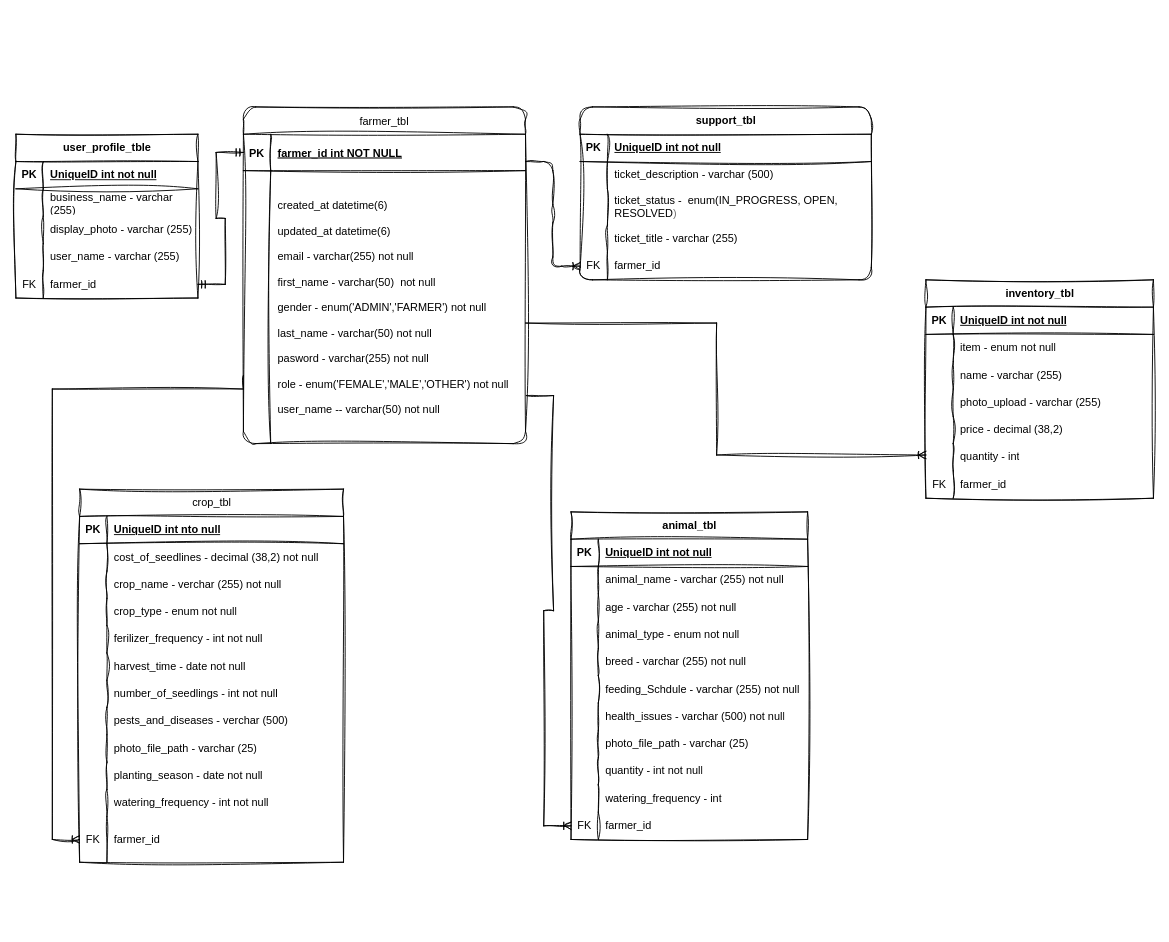
Before: ER Diagram.drawio in simon200ok/ifarmer-app, a draw.io diagram. Source tidied: cells renumbered, new cells numbered last; positions are measured from the earlier drawing's top-left corner, leaving out a move shared by most shapes. Both pictures are drawn from the tidied source at 91%, with x=0, y=0 at pixel (-91, 106).
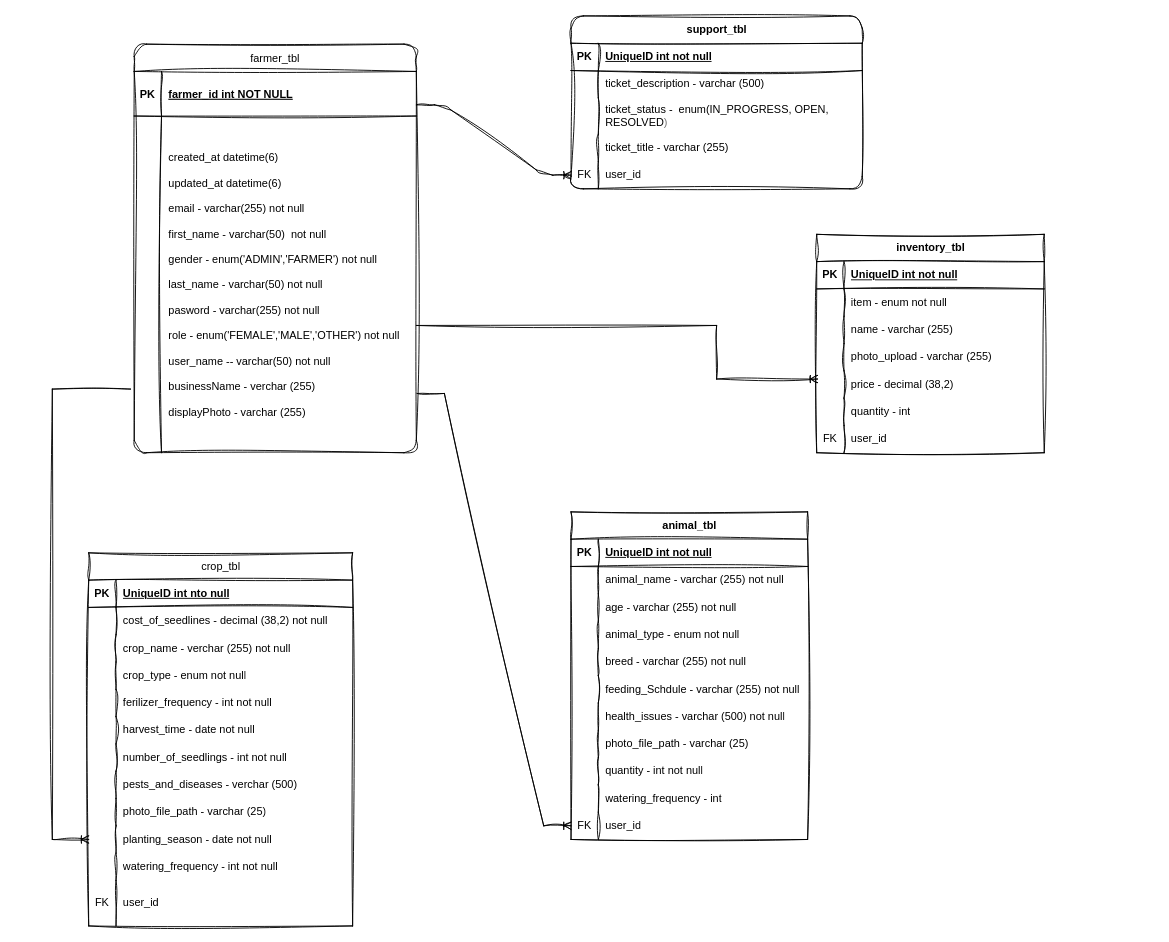
The same diagram, later.

Unchanged cells that the change refers to:
```xml
<mxCell id="23" style="shape=tableRow;horizontal=0;startSize=0;swimlaneHead=0;swimlaneBody=0;fillColor=none;top=0;left=0;right=0;bottom=0;rounded=1;sketch=1;curveFitting=1;jiggle=2;fontFamily=Helvetica;labelBorderColor=none;labelBackgroundColor=none;" parent="10" vertex="1">
  <mxGeometry y="160" width="320" height="30" as="geometry" />
</mxCell>
<mxCell id="72" style="shape=tableRow;horizontal=0;startSize=0;swimlaneHead=0;swimlaneBody=0;fillColor=none;points=[[0,0.5],[1,0.5]];portConstraint=eastwest;top=0;left=0;right=0;bottom=0;sketch=1;hachureGap=4;jiggle=2;curveFitting=1;fontFamily=Helvetica;labelBorderColor=none;labelBackgroundColor=none;" parent="44" vertex="1">
  <mxGeometry y="300" width="290" height="30" as="geometry" />
</mxCell>
<mxCell id="78" style="shape=tableRow;horizontal=0;startSize=0;swimlaneHead=0;swimlaneBody=0;fillColor=none;points=[[0,0.5],[1,0.5]];portConstraint=eastwest;top=0;left=0;right=0;bottom=0;sketch=1;hachureGap=4;jiggle=2;curveFitting=1;fontFamily=Helvetica;labelBorderColor=none;labelBackgroundColor=none;" parent="44" vertex="1">
  <mxGeometry y="360" width="290" height="50" as="geometry" />
</mxCell>
<mxCell id="113" style="shape=tableRow;horizontal=0;startSize=0;swimlaneHead=0;swimlaneBody=0;fillColor=none;points=[[0,0.5],[1,0.5]];portConstraint=eastwest;top=0;left=0;right=0;bottom=0;sketch=1;hachureGap=4;jiggle=2;curveFitting=1;fontFamily=Helvetica;labelBorderColor=none;labelBackgroundColor=none;" parent="82" vertex="1">
  <mxGeometry y="330" width="260" height="30" as="geometry" />
</mxCell>
<mxCell id="130" style="shape=tableRow;horizontal=0;startSize=0;swimlaneHead=0;swimlaneBody=0;fillColor=none;points=[[0,0.5],[1,0.5]];portConstraint=eastwest;top=0;left=0;right=0;bottom=0;sketch=1;hachureGap=4;jiggle=2;curveFitting=1;fontFamily=Helvetica;" parent="117" vertex="1">
  <mxGeometry y="150" width="250" height="30" as="geometry" />
</mxCell>
<mxCell id="136" style="shape=tableRow;horizontal=0;startSize=0;swimlaneHead=0;swimlaneBody=0;fillColor=none;top=0;left=0;right=0;bottom=0;sketch=1;hachureGap=4;jiggle=2;curveFitting=1;fontFamily=Helvetica;" parent="117" vertex="1">
  <mxGeometry y="210" width="250" height="30" as="geometry" />
</mxCell>
```

Change to the diagram source:
```diff
@@
-    <mxCell id="2" value="farmer_tbl" style="shape=table;startSize=30;childLayout=tableLayout;rowLines=0;fontStyle=0;align=center;rounded=1;sketch=1;curveFitting=1;jiggle=2;fontFamily=Helvetica;labelBorderColor=none;labelBackgroundColor=none;" parent="1" vertex="1">
-      <mxGeometry x="367" width="310" height="370" as="geometry" />
-    </mxCell>
-    <mxCell id="3" style="shape=partialRectangle;fillColor=none;top=0;left=0;right=0;bottom=1;rounded=1;sketch=1;curveFitting=1;jiggle=2;fontFamily=Helvetica;labelBorderColor=none;labelBackgroundColor=none;" parent="2" vertex="1">
-      <mxGeometry y="30" width="310" height="40" as="geometry" />
-    </mxCell>
-    <mxCell id="4" value="PK" style="shape=partialRectangle;overflow=hidden;fillColor=none;top=0;left=0;bottom=0;right=0;fontStyle=1;rounded=1;sketch=1;curveFitting=1;jiggle=2;fontFamily=Helvetica;labelBorderColor=none;labelBackgroundColor=none;" parent="3" vertex="1">
-      <mxGeometry width="30" height="40" as="geometry" />
-    </mxCell>
-    <mxCell id="5" value="farmer_id int NOT NULL " style="shape=partialRectangle;overflow=hidden;fillColor=none;top=0;left=0;bottom=0;right=0;align=left;spacingLeft=6;fontStyle=5;rounded=1;sketch=1;curveFitting=1;jiggle=2;fontFamily=Helvetica;labelBorderColor=none;labelBackgroundColor=none;" parent="3" vertex="1">
-      <mxGeometry x="30" width="280" height="40" as="geometry" />
-    </mxCell>
-    <mxCell id="6" style="shape=partialRectangle;fillColor=none;top=0;left=0;right=0;bottom=0;rounded=1;sketch=1;curveFitting=1;jiggle=2;fontFamily=Helvetica;labelBorderColor=none;labelBackgroundColor=none;" parent="2" vertex="1">
-      <mxGeometry y="70" width="310" height="300" as="geometry" />
-    </mxCell>
-    <mxCell id="7" style="shape=partialRectangle;overflow=hidden;fillColor=none;top=0;left=0;bottom=0;right=0;rounded=1;sketch=1;curveFitting=1;jiggle=2;fontFamily=Helvetica;labelBorderColor=none;labelBackgroundColor=none;" parent="6" vertex="1">
-      <mxGeometry width="30" height="300" as="geometry" />
-    </mxCell>
-    <mxCell id="8" value="created_at datetime(6)&#10;&#10;updated_at datetime(6)&#10;&#10;email - varchar(255) not null&#10;&#10;first_name - varchar(50)  not null&#10;&#10;gender - enum('ADMIN','FARMER') not null&#10;&#10;last_name - varchar(50) not null&#10;&#10;pasword - varchar(255) not null&#10;&#10;role - enum('FEMALE','MALE','OTHER') not null&#10;&#10;user_name -- varchar(50) not null" style="shape=partialRectangle;overflow=hidden;fillColor=none;top=0;left=0;bottom=0;right=0;align=left;spacingLeft=6;rounded=1;sketch=1;curveFitting=1;jiggle=2;fontStyle=0;fontFamily=Helvetica;labelBorderColor=none;labelBackgroundColor=none;" parent="6" vertex="1">
-      <mxGeometry x="30" width="280" height="300" as="geometry" />
-    </mxCell>
@@
     <mxCell id="10" value="support_tbl" style="shape=table;startSize=30;childLayout=tableLayout;rowLines=0;fontStyle=1;align=center;html=1;rounded=1;sketch=1;curveFitting=1;jiggle=2;fontFamily=Helvetica;labelBorderColor=none;labelBackgroundColor=none;" parent="1" vertex="1">
-      <mxGeometry x="737" width="320" height="190" as="geometry" />
+      <mxGeometry x="727" y="-100" width="320" height="190" as="geometry" />
     </mxCell>
@@
-    <mxCell id="25" value="farmer_id" style="shape=partialRectangle;fillColor=none;top=0;left=0;bottom=0;right=0;align=left;spacingLeft=6;overflow=hidden;whiteSpace=wrap;html=1;rounded=1;sketch=1;curveFitting=1;jiggle=2;fontFamily=Helvetica;labelBorderColor=none;labelBackgroundColor=none;" parent="23" vertex="1">
+    <mxCell id="25" value="user_id" style="shape=partialRectangle;fillColor=none;top=0;left=0;bottom=0;right=0;align=left;spacingLeft=6;overflow=hidden;whiteSpace=wrap;html=1;rounded=1;sketch=1;curveFitting=1;jiggle=2;fontFamily=Helvetica;labelBorderColor=none;labelBackgroundColor=none;" parent="23" vertex="1">
       <mxGeometry x="30" width="290" height="30" as="geometry" />
     </mxCell>
-    <mxCell id="26" value="user_profile_tble" style="shape=table;startSize=30;childLayout=tableLayout;rowLines=0;fontStyle=1;align=center;html=1;sketch=1;hachureGap=4;jiggle=2;curveFitting=1;fontFamily=Helvetica;labelBorderColor=none;labelBackgroundColor=none;" parent="1" vertex="1">
-      <mxGeometry x="117" y="30" width="200" height="180" as="geometry" />
-    </mxCell>
-    <mxCell id="27" style="shape=tableRow;horizontal=0;startSize=0;swimlaneHead=0;swimlaneBody=0;fillColor=none;top=0;left=0;right=0;bottom=1;sketch=1;hachureGap=4;jiggle=2;curveFitting=1;fontFamily=Helvetica;labelBorderColor=none;labelBackgroundColor=none;" parent="26" vertex="1">
-      <mxGeometry y="30" width="200" height="30" as="geometry" />
-    </mxCell>
-    <mxCell id="28" value="PK" style="shape=partialRectangle;fillColor=none;top=0;left=0;bottom=0;right=0;fontStyle=1;overflow=hidden;whiteSpace=wrap;html=1;sketch=1;hachureGap=4;jiggle=2;curveFitting=1;fontFamily=Helvetica;labelBorderColor=none;labelBackgroundColor=none;" parent="27" vertex="1">
-      <mxGeometry width="30" height="30" as="geometry" />
-    </mxCell>
-    <mxCell id="29" value="UniqueID int not null" style="shape=partialRectangle;fillColor=none;top=0;left=0;bottom=0;right=0;align=left;spacingLeft=6;fontStyle=5;overflow=hidden;whiteSpace=wrap;html=1;sketch=1;hachureGap=4;jiggle=2;curveFitting=1;fontFamily=Helvetica;labelBorderColor=none;labelBackgroundColor=none;" parent="27" vertex="1">
-      <mxGeometry x="30" width="170" height="30" as="geometry" />
-    </mxCell>
-    <mxCell id="30" style="shape=tableRow;horizontal=0;startSize=0;swimlaneHead=0;swimlaneBody=0;fillColor=none;top=0;left=0;right=0;bottom=0;sketch=1;hachureGap=4;jiggle=2;curveFitting=1;fontFamily=Helvetica;labelBorderColor=none;labelBackgroundColor=none;" parent="26" vertex="1">
-      <mxGeometry y="60" width="200" height="30" as="geometry" />
-    </mxCell>
-    <mxCell id="31" style="shape=partialRectangle;fillColor=none;top=0;left=0;bottom=0;right=0;overflow=hidden;whiteSpace=wrap;html=1;sketch=1;hachureGap=4;jiggle=2;curveFitting=1;fontFamily=Helvetica;labelBorderColor=none;labelBackgroundColor=none;" parent="30" vertex="1">
-      <mxGeometry width="30" height="30" as="geometry" />
-    </mxCell>
-    <mxCell id="32" value="business_name - varchar (255)" style="shape=partialRectangle;fillColor=none;top=0;left=0;bottom=0;right=0;align=left;spacingLeft=6;overflow=hidden;whiteSpace=wrap;html=1;sketch=1;hachureGap=4;jiggle=2;curveFitting=1;fontFamily=Helvetica;labelBorderColor=none;labelBackgroundColor=none;" parent="30" vertex="1">
-      <mxGeometry x="30" width="170" height="30" as="geometry" />
-    </mxCell>
-    <mxCell id="33" style="shape=tableRow;horizontal=0;startSize=0;swimlaneHead=0;swimlaneBody=0;fillColor=none;top=0;left=0;right=0;bottom=0;sketch=1;hachureGap=4;jiggle=2;curveFitting=1;fontFamily=Helvetica;labelBorderColor=none;labelBackgroundColor=none;" parent="26" vertex="1">
-      <mxGeometry y="90" width="200" height="30" as="geometry" />
-    </mxCell>
-    <mxCell id="34" style="shape=partialRectangle;fillColor=none;top=0;left=0;bottom=0;right=0;overflow=hidden;whiteSpace=wrap;html=1;sketch=1;hachureGap=4;jiggle=2;curveFitting=1;fontFamily=Helvetica;labelBorderColor=none;labelBackgroundColor=none;" parent="33" vertex="1">
-      <mxGeometry width="30" height="30" as="geometry" />
-    </mxCell>
-    <mxCell id="35" value="display_photo - varchar (255)" style="shape=partialRectangle;fillColor=none;top=0;left=0;bottom=0;right=0;align=left;spacingLeft=6;overflow=hidden;whiteSpace=wrap;html=1;sketch=1;hachureGap=4;jiggle=2;curveFitting=1;fontFamily=Helvetica;labelBorderColor=none;labelBackgroundColor=none;" parent="33" vertex="1">
-      <mxGeometry x="30" width="170" height="30" as="geometry" />
-    </mxCell>
-    <mxCell id="36" style="shape=tableRow;horizontal=0;startSize=0;swimlaneHead=0;swimlaneBody=0;fillColor=none;top=0;left=0;right=0;bottom=0;sketch=1;hachureGap=4;jiggle=2;curveFitting=1;fontFamily=Helvetica;labelBorderColor=none;labelBackgroundColor=none;" parent="26" vertex="1">
-      <mxGeometry y="120" width="200" height="30" as="geometry" />
-    </mxCell>
-    <mxCell id="37" style="shape=partialRectangle;fillColor=none;top=0;left=0;bottom=0;right=0;overflow=hidden;whiteSpace=wrap;html=1;sketch=1;hachureGap=4;jiggle=2;curveFitting=1;fontFamily=Helvetica;labelBorderColor=none;labelBackgroundColor=none;" parent="36" vertex="1">
-      <mxGeometry width="30" height="30" as="geometry" />
-    </mxCell>
-    <mxCell id="38" value="user_name - varchar&amp;nbsp;(255)" style="shape=partialRectangle;fillColor=none;top=0;left=0;bottom=0;right=0;align=left;spacingLeft=6;overflow=hidden;whiteSpace=wrap;html=1;sketch=1;hachureGap=4;jiggle=2;curveFitting=1;fontFamily=Helvetica;labelBorderColor=none;labelBackgroundColor=none;" parent="36" vertex="1">
-      <mxGeometry x="30" width="170" height="30" as="geometry" />
-    </mxCell>
-    <mxCell id="39" style="shape=tableRow;horizontal=0;startSize=0;swimlaneHead=0;swimlaneBody=0;fillColor=none;points=[[0,0.5],[1,0.5]];portConstraint=eastwest;top=0;left=0;right=0;bottom=0;sketch=1;hachureGap=4;jiggle=2;curveFitting=1;fontFamily=Helvetica;labelBorderColor=none;labelBackgroundColor=none;" parent="26" vertex="1">
-      <mxGeometry y="150" width="200" height="30" as="geometry" />
-    </mxCell>
-    <mxCell id="40" value="FK" style="shape=partialRectangle;fillColor=none;top=0;left=0;bottom=0;right=0;overflow=hidden;whiteSpace=wrap;html=1;sketch=1;hachureGap=4;jiggle=2;curveFitting=1;fontFamily=Helvetica;labelBorderColor=none;labelBackgroundColor=none;" parent="39" vertex="1">
-      <mxGeometry width="30" height="30" as="geometry" />
-    </mxCell>
-    <mxCell id="41" value="farmer_id" style="shape=partialRectangle;fillColor=none;top=0;left=0;bottom=0;right=0;align=left;spacingLeft=6;overflow=hidden;whiteSpace=wrap;html=1;sketch=1;hachureGap=4;jiggle=2;curveFitting=1;fontFamily=Helvetica;labelBorderColor=none;labelBackgroundColor=none;" parent="39" vertex="1">
-      <mxGeometry x="30" width="170" height="30" as="geometry" />
-    </mxCell>
-    <mxCell id="42" style="edgeStyle=entityRelationEdgeStyle;fontSize=12;html=1;endArrow=ERmandOne;startArrow=ERmandOne;rounded=0;sketch=1;hachureGap=4;jiggle=2;curveFitting=1;fontFamily=Helvetica;exitX=1;exitY=0.5;exitDx=0;exitDy=0;entryX=0;entryY=0.5;entryDx=0;entryDy=0;labelBorderColor=none;labelBackgroundColor=none;fontColor=default;" parent="1" edge="1" source="39" target="4">
-      <mxGeometry relative="1" as="geometry">
-        <Array as="points">
-          <mxPoint x="29.5" y="440" />
-          <mxPoint x="-0.5" y="440" />
-        </Array>
-      </mxGeometry>
-    </mxCell>
-    <mxCell id="43" style="fontSize=12;html=1;endArrow=ERoneToMany;rounded=0;sketch=1;hachureGap=4;jiggle=2;curveFitting=1;fontFamily=Helvetica;edgeStyle=orthogonalEdgeStyle;elbow=vertical;exitX=0;exitY=0.75;exitDx=0;exitDy=0;labelBorderColor=none;labelBackgroundColor=none;fontColor=default;" parent="1" edge="1" source="7" target="78">
+    <mxCell id="43" style="fontSize=12;html=1;endArrow=ERoneToMany;rounded=0;sketch=1;hachureGap=4;jiggle=2;curveFitting=1;fontFamily=Helvetica;edgeStyle=orthogonalEdgeStyle;elbow=vertical;labelBorderColor=none;labelBackgroundColor=none;fontColor=default;exitX=-0.133;exitY=0.811;exitDx=0;exitDy=0;exitPerimeter=0;" parent="1" edge="1" source="7" target="72">
       <mxGeometry relative="1" as="geometry">
         <Array as="points">
-          <mxPoint x="367" y="310" />
           <mxPoint x="157" y="310" />
           <mxPoint x="157" y="805" />
         </Array>
       </mxGeometry>
     </mxCell>
     <mxCell id="44" value="crop_tbl" style="shape=table;startSize=30;childLayout=tableLayout;rowLines=0;align=center;html=1;sketch=1;hachureGap=4;jiggle=2;curveFitting=1;fontFamily=Helvetica;labelBorderColor=none;labelBackgroundColor=none;" parent="1" vertex="1">
-      <mxGeometry x="187" y="420" width="290" height="410" as="geometry" />
+      <mxGeometry x="197" y="490" width="290" height="410" as="geometry" />
     </mxCell>
@@
-    <mxCell id="80" value="farmer_id" style="shape=partialRectangle;fillColor=none;top=0;left=0;bottom=0;right=0;align=left;spacingLeft=6;overflow=hidden;whiteSpace=wrap;html=1;sketch=1;hachureGap=4;jiggle=2;curveFitting=1;fontFamily=Helvetica;labelBorderColor=none;labelBackgroundColor=none;" parent="78" vertex="1">
+    <mxCell id="80" value="user_id" style="shape=partialRectangle;fillColor=none;top=0;left=0;bottom=0;right=0;align=left;spacingLeft=6;overflow=hidden;whiteSpace=wrap;html=1;sketch=1;hachureGap=4;jiggle=2;curveFitting=1;fontFamily=Helvetica;labelBorderColor=none;labelBackgroundColor=none;" parent="78" vertex="1">
       <mxGeometry x="30" width="260" height="50" as="geometry" />
     </mxCell>
@@
-    <mxCell id="115" value="farmer_id" style="shape=partialRectangle;fillColor=none;top=0;left=0;bottom=0;right=0;align=left;spacingLeft=6;overflow=hidden;whiteSpace=wrap;html=1;sketch=1;hachureGap=4;jiggle=2;curveFitting=1;fontFamily=Helvetica;labelBorderColor=none;labelBackgroundColor=none;" parent="113" vertex="1">
+    <mxCell id="115" value="user_id" style="shape=partialRectangle;fillColor=none;top=0;left=0;bottom=0;right=0;align=left;spacingLeft=6;overflow=hidden;whiteSpace=wrap;html=1;sketch=1;hachureGap=4;jiggle=2;curveFitting=1;fontFamily=Helvetica;labelBorderColor=none;labelBackgroundColor=none;" parent="113" vertex="1">
       <mxGeometry x="30" width="230" height="30" as="geometry" />
     </mxCell>
-    <mxCell id="116" style="edgeStyle=elbowEdgeStyle;fontSize=12;html=1;endArrow=ERoneToMany;rounded=0;sketch=1;hachureGap=4;jiggle=2;curveFitting=1;fontFamily=Helvetica;entryX=0;entryY=0.5;entryDx=0;entryDy=0;elbow=horizontal;" parent="1" edge="1">
+    <mxCell id="116" style="edgeStyle=elbowEdgeStyle;fontSize=12;html=1;endArrow=ERoneToMany;rounded=0;sketch=1;hachureGap=4;jiggle=2;curveFitting=1;fontFamily=Helvetica;entryX=0.004;entryY=0.3;entryDx=0;entryDy=0;elbow=horizontal;exitX=1;exitY=0.622;exitDx=0;exitDy=0;exitPerimeter=0;entryPerimeter=0;" parent="1" edge="1" source="8" target="130">
       <mxGeometry relative="1" as="geometry">
-        <mxPoint x="677" y="237.5" as="sourcePoint" />
-        <mxPoint x="1117" y="382.5" as="targetPoint" />
         <Array as="points">
           <mxPoint x="887" y="196.5" />
         </Array>
       </mxGeometry>
     </mxCell>
     <mxCell id="117" value="inventory_tbl" style="shape=table;startSize=30;childLayout=tableLayout;rowLines=0;fontStyle=1;align=center;html=1;sketch=1;hachureGap=4;jiggle=2;curveFitting=1;fontFamily=Helvetica;" parent="1" vertex="1">
-      <mxGeometry x="1117" y="190" width="250" height="240" as="geometry" />
+      <mxGeometry x="997" y="140" width="250" height="240" as="geometry" />
     </mxCell>
@@
-    <mxCell id="138" value="farmer_id" style="shape=partialRectangle;fillColor=none;top=0;left=0;bottom=0;right=0;align=left;spacingLeft=6;overflow=hidden;whiteSpace=wrap;html=1;sketch=1;hachureGap=4;jiggle=2;curveFitting=1;fontFamily=Helvetica;" parent="136" vertex="1">
+    <mxCell id="138" value="user_id" style="shape=partialRectangle;fillColor=none;top=0;left=0;bottom=0;right=0;align=left;spacingLeft=6;overflow=hidden;whiteSpace=wrap;html=1;sketch=1;hachureGap=4;jiggle=2;curveFitting=1;fontFamily=Helvetica;" parent="136" vertex="1">
       <mxGeometry x="30" width="220" height="30" as="geometry" />
     </mxCell>
+    <mxCell id="2" value="farmer_tbl" style="shape=table;startSize=30;childLayout=tableLayout;rowLines=0;fontStyle=0;align=center;rounded=1;sketch=1;curveFitting=1;jiggle=2;fontFamily=Helvetica;labelBorderColor=none;labelBackgroundColor=none;" parent="1" vertex="1">
+      <mxGeometry x="247" y="-69" width="310" height="449" as="geometry" />
+    </mxCell>
+    <mxCell id="3" style="shape=partialRectangle;fillColor=none;top=0;left=0;right=0;bottom=1;rounded=1;sketch=1;curveFitting=1;jiggle=2;fontFamily=Helvetica;labelBorderColor=none;labelBackgroundColor=none;" parent="2" vertex="1">
+      <mxGeometry y="30" width="310" height="49" as="geometry" />
+    </mxCell>
+    <mxCell id="4" value="PK" style="shape=partialRectangle;overflow=hidden;fillColor=none;top=0;left=0;bottom=0;right=0;fontStyle=1;rounded=1;sketch=1;curveFitting=1;jiggle=2;fontFamily=Helvetica;labelBorderColor=none;labelBackgroundColor=none;" parent="3" vertex="1">
+      <mxGeometry width="30" height="49" as="geometry" />
+    </mxCell>
+    <mxCell id="5" value="farmer_id int NOT NULL " style="shape=partialRectangle;overflow=hidden;fillColor=none;top=0;left=0;bottom=0;right=0;align=left;spacingLeft=6;fontStyle=5;rounded=1;sketch=1;curveFitting=1;jiggle=2;fontFamily=Helvetica;labelBorderColor=none;labelBackgroundColor=none;" parent="3" vertex="1">
+      <mxGeometry x="30" width="280" height="49" as="geometry" />
+    </mxCell>
+    <mxCell id="6" style="shape=partialRectangle;fillColor=none;top=0;left=0;right=0;bottom=0;rounded=1;sketch=1;curveFitting=1;jiggle=2;fontFamily=Helvetica;labelBorderColor=none;labelBackgroundColor=none;" parent="2" vertex="1">
+      <mxGeometry y="79" width="310" height="370" as="geometry" />
+    </mxCell>
+    <mxCell id="7" style="shape=partialRectangle;overflow=hidden;fillColor=none;top=0;left=0;bottom=0;right=0;rounded=1;sketch=1;curveFitting=1;jiggle=2;fontFamily=Helvetica;labelBorderColor=none;labelBackgroundColor=none;" parent="6" vertex="1">
+      <mxGeometry width="30" height="370" as="geometry" />
+    </mxCell>
+    <mxCell id="8" value="created_at datetime(6)&#10;&#10;updated_at datetime(6)&#10;&#10;email - varchar(255) not null&#10;&#10;first_name - varchar(50)  not null&#10;&#10;gender - enum('ADMIN','FARMER') not null&#10;&#10;last_name - varchar(50) not null&#10;&#10;pasword - varchar(255) not null&#10;&#10;role - enum('FEMALE','MALE','OTHER') not null&#10;&#10;user_name -- varchar(50) not null&#10;&#10;businessName - verchar (255)&#10;&#10;displayPhoto - varchar (255)" style="shape=partialRectangle;overflow=hidden;fillColor=none;top=0;left=0;bottom=0;right=0;align=left;spacingLeft=6;rounded=1;sketch=1;curveFitting=1;jiggle=2;fontStyle=0;fontFamily=Helvetica;labelBorderColor=none;labelBackgroundColor=none;" parent="6" vertex="1">
+      <mxGeometry x="30" width="280" height="370" as="geometry" />
+    </mxCell>
```
